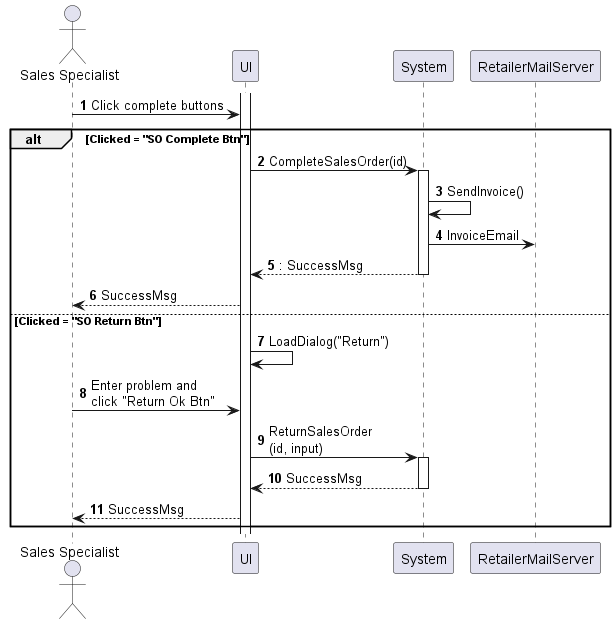
Before: sequences/sales-order-complete.png, a diagram exported from PlantUML (phihungha/scmss-reqs).
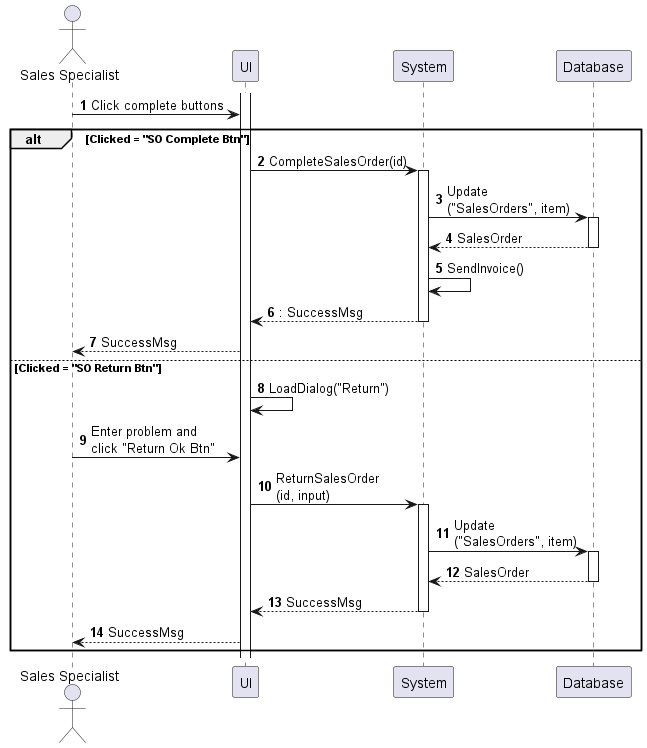
Later version of the same file.

Change to the diagram source:
```diff
@@ -4,7 +4,7 @@
 actor "Sales Specialist" as a
 participant UI as f
 participant System as b
-participant RetailerMailServer as c
+participant Database as d
 
 activate f
 
@@ -13,8 +13,10 @@
 alt Clicked = "SO Complete Btn"
     f -> b : CompleteSalesOrder(id)
     activate b
+    b -> d : Update\n("SalesOrders", item)
+    activate d
+    return SalesOrder
     b -> b : SendInvoice()
-    b -> c : InvoiceEmail
     return : SuccessMsg
     f --> a : SuccessMsg
 else Clicked = "SO Return Btn"
@@ -22,6 +24,9 @@
     a -> f : Enter problem and\nclick "Return Ok Btn"
     f -> b : ReturnSalesOrder\n(id, input)
     activate b
+    b -> d : Update\n("SalesOrders", item)
+    activate d
+    return SalesOrder
     return SuccessMsg
     f --> a : SuccessMsg
 end
```
